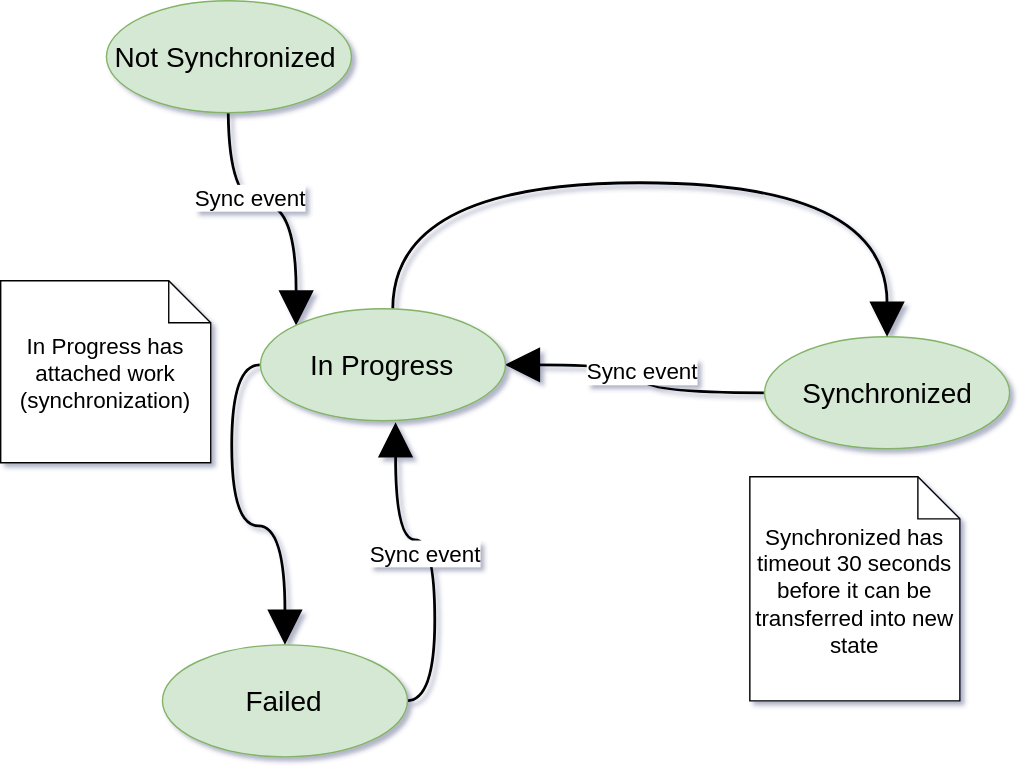
Earlier version of the draw.io export Screenshots/Synchronizaton diagram.svg (DeadDogDeus/DDStateMachine). Source tidied: cells renumbered, new cells last; positions are measured from the earlier drawing's top-left corner, leaving out a move shared by most shapes. Source of this version:
```xml
<mxGraphModel background="#ffffff" shadow="1">
  <root>
    <mxCell id="0" />
    <mxCell id="1" parent="0" />
    <mxCell id="2" style="edgeStyle=orthogonalEdgeStyle;curved=1;html=1;entryX=0;entryY=0;startSize=20;endArrow=block;endFill=1;endSize=20;jettySize=auto;strokeWidth=2;" parent="1" edge="1" source="4" target="12">
      <mxGeometry relative="1" as="geometry" />
    </mxCell>
    <mxCell id="3" value="&lt;font style=&quot;font-size: 16px&quot;&gt;Sync event&lt;/font&gt;" style="text;html=1;align=center;verticalAlign=middle;labelBackgroundColor=#ffffff;" parent="2" vertex="1">
      <mxGeometry x="-0.4" y="15" relative="1" as="geometry" />
    </mxCell>
    <mxCell id="4" value="&lt;font style=&quot;font-size: 20px&quot;&gt;Not Synchronized&amp;nbsp;&lt;/font&gt;" style="ellipse;whiteSpace=wrap;html=1;fillColor=#d5e8d4;strokeColor=#82b366;" parent="1" vertex="1">
      <mxGeometry x="75" width="175" height="80" as="geometry" />
    </mxCell>
    <mxCell id="5" style="edgeStyle=orthogonalEdgeStyle;curved=1;html=1;entryX=0.554;entryY=1.013;entryPerimeter=0;startSize=20;endArrow=block;endFill=1;endSize=20;jettySize=auto;strokeWidth=2;exitX=1;exitY=0.5;" parent="1" edge="1" source="7" target="12">
      <mxGeometry relative="1" as="geometry" />
    </mxCell>
    <mxCell id="6" value="&lt;span&gt;&lt;font style=&quot;font-size: 16px&quot;&gt;Sync event&lt;/font&gt;&lt;/span&gt;" style="text;html=1;align=center;verticalAlign=middle;labelBackgroundColor=#ffffff;" parent="5" vertex="1">
      <mxGeometry x="0.02" y="7" relative="1" as="geometry" />
    </mxCell>
    <mxCell id="7" value="&lt;font style=&quot;font-size: 20px&quot;&gt;Failed&lt;/font&gt;" style="ellipse;whiteSpace=wrap;html=1;fillColor=#d5e8d4;strokeColor=#82b366;" parent="1" vertex="1">
      <mxGeometry x="115" y="460" width="175" height="80" as="geometry" />
    </mxCell>
    <mxCell id="8" value="&lt;font style=&quot;font-size: 16px&quot;&gt;Sync event&lt;/font&gt;" style="edgeStyle=orthogonalEdgeStyle;curved=1;html=1;entryX=1;entryY=0.5;startSize=20;endArrow=block;endFill=1;endSize=20;jettySize=auto;strokeWidth=2;" parent="1" edge="1" source="9" target="12">
      <mxGeometry relative="1" as="geometry" />
    </mxCell>
    <mxCell id="9" value="&lt;font style=&quot;font-size: 20px&quot;&gt;Synchronized&lt;br&gt;&lt;/font&gt;" style="ellipse;whiteSpace=wrap;html=1;fillColor=#d5e8d4;strokeColor=#82b366;" parent="1" vertex="1">
      <mxGeometry x="545" y="240" width="175" height="80" as="geometry" />
    </mxCell>
    <mxCell id="10" style="edgeStyle=orthogonalEdgeStyle;curved=1;html=1;entryX=0.5;entryY=0;jettySize=auto;endArrow=block;endFill=1;endSize=20;strokeWidth=2;exitX=0.543;exitY=0;exitPerimeter=0;" parent="1" edge="1" source="12" target="9">
      <mxGeometry relative="1" as="geometry">
        <Array as="points">
          <mxPoint x="280" y="130" />
          <mxPoint x="633" y="130" />
        </Array>
      </mxGeometry>
    </mxCell>
    <mxCell id="11" style="edgeStyle=orthogonalEdgeStyle;curved=1;html=1;entryX=0.5;entryY=0;startSize=20;endArrow=block;endFill=1;endSize=20;jettySize=auto;strokeWidth=2;exitX=0;exitY=0.5;" parent="1" edge="1" source="12" target="7">
      <mxGeometry relative="1" as="geometry" />
    </mxCell>
    <mxCell id="12" value="&lt;font style=&quot;font-size: 20px&quot;&gt;In Progress&lt;/font&gt;" style="ellipse;whiteSpace=wrap;html=1;fillColor=#d5e8d4;strokeColor=#82b366;" parent="1" vertex="1">
      <mxGeometry x="185" y="220" width="175" height="80" as="geometry" />
    </mxCell>
    <mxCell id="13" value="&lt;font style=&quot;font-size: 16px&quot;&gt;In Progress has attached work (synchronization)&lt;/font&gt;" style="shape=note;whiteSpace=wrap;html=1;backgroundOutline=1;" parent="1" vertex="1">
      <mxGeometry y="200" width="150" height="130" as="geometry" />
    </mxCell>
    <mxCell id="14" value="&lt;font style=&quot;font-size: 16px&quot;&gt;Synchronized has timeout 30 seconds before it can be transferred into new state&lt;/font&gt;" style="shape=note;whiteSpace=wrap;html=1;backgroundOutline=1;" parent="1" vertex="1">
      <mxGeometry x="535" y="340" width="150" height="160" as="geometry" />
    </mxCell>
  </root>
</mxGraphModel>
```
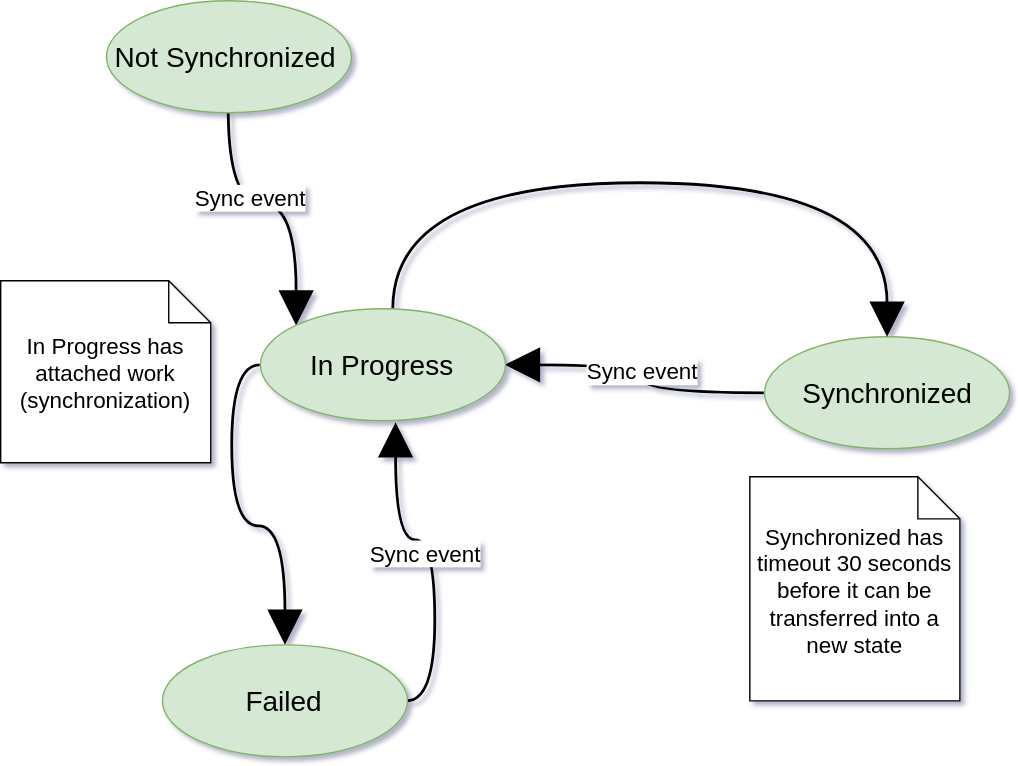
After the change.

What changed in the source:
```diff
@@ -43,7 +43,7 @@
     <mxCell id="13" value="&lt;font style=&quot;font-size: 16px&quot;&gt;In Progress has attached work (synchronization)&lt;/font&gt;" style="shape=note;whiteSpace=wrap;html=1;backgroundOutline=1;" parent="1" vertex="1">
       <mxGeometry y="200" width="150" height="130" as="geometry" />
     </mxCell>
-    <mxCell id="14" value="&lt;font style=&quot;font-size: 16px&quot;&gt;Synchronized has timeout 30 seconds before it can be transferred into new state&lt;/font&gt;" style="shape=note;whiteSpace=wrap;html=1;backgroundOutline=1;" parent="1" vertex="1">
+    <mxCell id="14" value="&lt;font style=&quot;font-size: 16px&quot;&gt;Synchronized has timeout 30 seconds before it can be transferred into a new state&lt;/font&gt;" style="shape=note;whiteSpace=wrap;html=1;backgroundOutline=1;" parent="1" vertex="1">
       <mxGeometry x="535" y="340" width="150" height="160" as="geometry" />
     </mxCell>
   </root>
```
